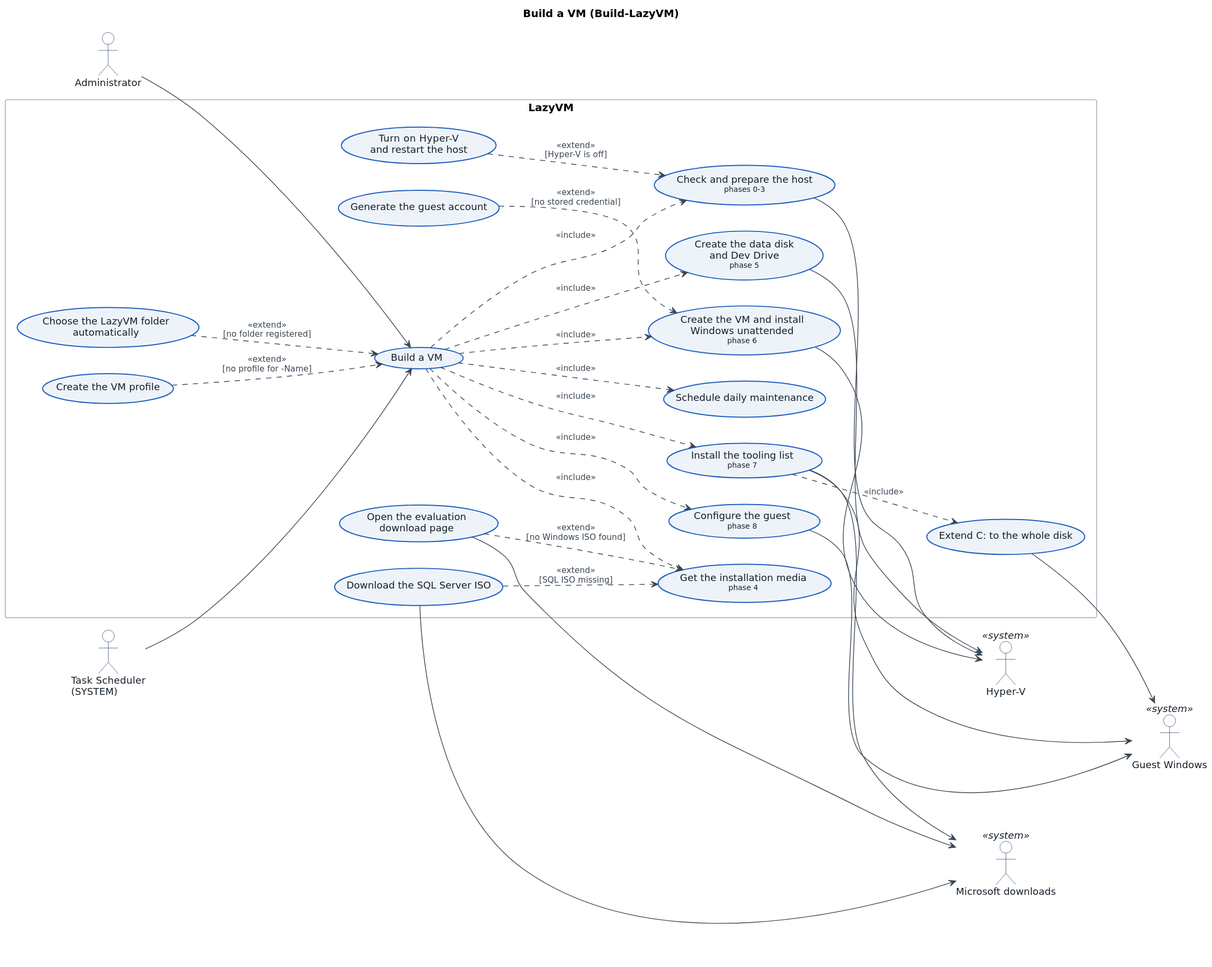
The PlantUML diagram docs/use-cases/02-build.svg in downerboy/LazyVM, before a commit. The source it was exported from:
```plantuml
@startuml
!include _style.iuml
title Build a VM (Build-LazyVM)

actor "Administrator" as Admin
actor "Task Scheduler\n(SYSTEM)" as Sched

rectangle "Massokissed.LazyVM" {
  usecase "Build a VM" as Build
  usecase "Choose the LazyVM folder\nautomatically" as AutoRoot
  usecase "Create the VM profile" as Profile
  usecase "Check and prepare the host\n<size:10>phases 0-3</size>" as Host
  usecase "Turn on Hyper-V\nand restart the host" as HVOn
  usecase "Get the installation media\n<size:10>phase 4</size>" as Media
  usecase "Open the evaluation\ndownload page" as EvalPage
  usecase "Download the SQL Server ISO" as SqlIso
  usecase "Create the data disk\nand Dev Drive\n<size:10>phase 5</size>" as Disks
  usecase "Create the VM and install\nWindows unattended\n<size:10>phase 6</size>" as CreateVM
  usecase "Generate the guest account" as GenCred
  usecase "Install the tooling list\n<size:10>phase 7</size>" as Tooling
  usecase "Extend C: to the whole disk" as ExpandC
  usecase "Configure the guest\n<size:10>phase 8</size>" as Configure
  usecase "Schedule daily maintenance" as Sched_UC
}

actor "Hyper-V" as HV <<system>>
actor "Guest Windows" as Guest <<system>>
actor "Microsoft downloads" as MS <<system>>

Admin --> Build
Sched --> Build

Build ..> Host : <<include>>
Build ..> Media : <<include>>
Build ..> Disks : <<include>>
Build ..> CreateVM : <<include>>
Build ..> Tooling : <<include>>
Build ..> Configure : <<include>>
Build ..> Sched_UC : <<include>>
Tooling ..> ExpandC : <<include>>

AutoRoot ..> Build : <<extend>>\n[no folder registered]
Profile ..> Build : <<extend>>\n[no profile for -Name]
HVOn ..> Host : <<extend>>\n[Hyper-V is off]
EvalPage ..> Media : <<extend>>\n[no Windows ISO found]
SqlIso ..> Media : <<extend>>\n[SQL ISO missing]
GenCred ..> CreateVM : <<extend>>\n[no stored credential]

Host --> HV
CreateVM --> HV
Disks --> HV
Tooling --> Guest
ExpandC --> Guest
Configure --> Guest
SqlIso --> MS
EvalPage --> MS
Tooling --> MS
@enduml
```
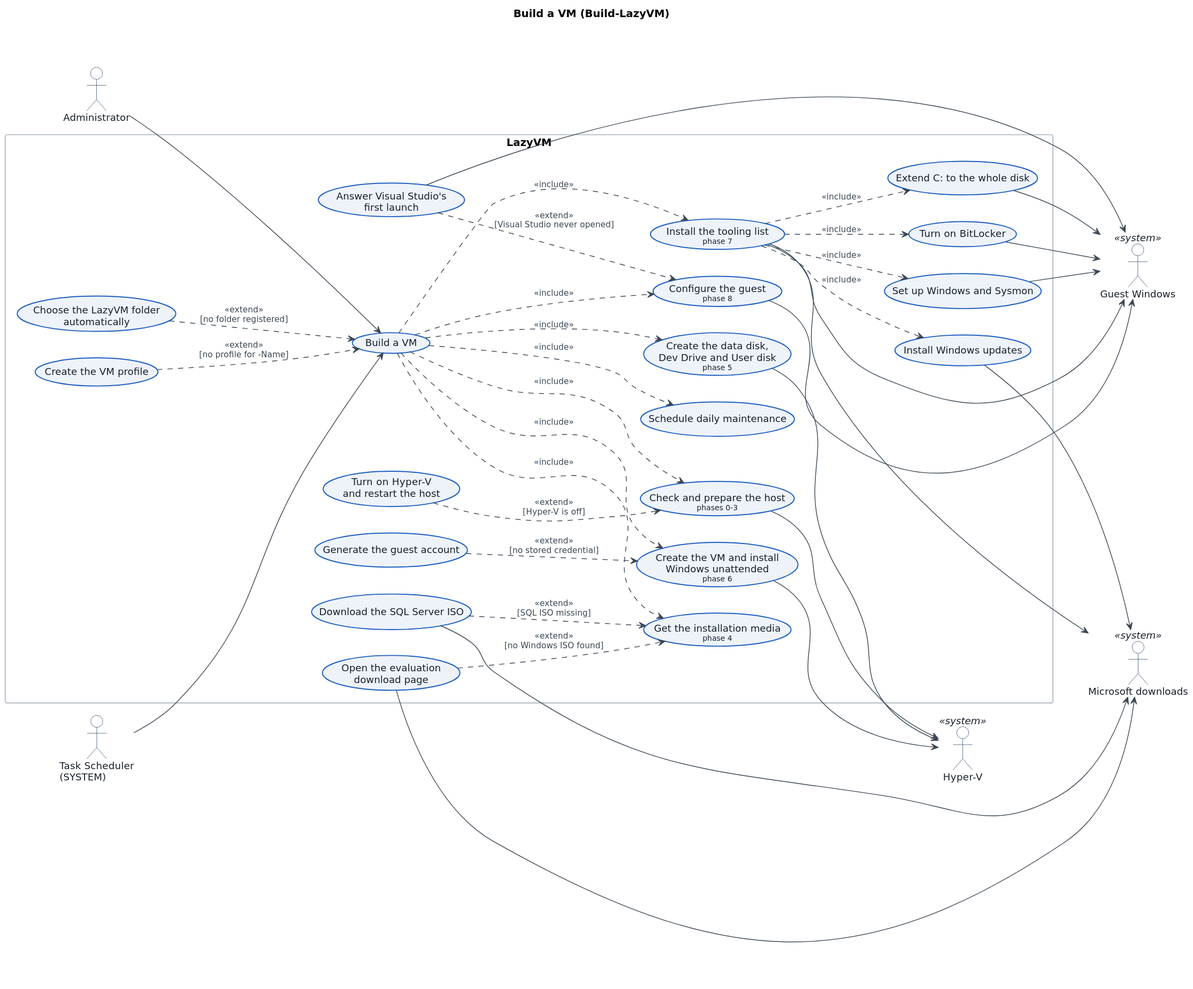
Above is the later version.

The edit, as a diff of the source:
```diff
@@ -5,7 +5,7 @@
 actor "Administrator" as Admin
 actor "Task Scheduler\n(SYSTEM)" as Sched
 
-rectangle "Massokissed.LazyVM" {
+rectangle "LazyVM" {
   usecase "Build a VM" as Build
   usecase "Choose the LazyVM folder\nautomatically" as AutoRoot
   usecase "Create the VM profile" as Profile
@@ -14,11 +14,15 @@
   usecase "Get the installation media\n<size:10>phase 4</size>" as Media
   usecase "Open the evaluation\ndownload page" as EvalPage
   usecase "Download the SQL Server ISO" as SqlIso
-  usecase "Create the data disk\nand Dev Drive\n<size:10>phase 5</size>" as Disks
+  usecase "Create the data disk,\nDev Drive and User disk\n<size:10>phase 5</size>" as Disks
   usecase "Create the VM and install\nWindows unattended\n<size:10>phase 6</size>" as CreateVM
   usecase "Generate the guest account" as GenCred
   usecase "Install the tooling list\n<size:10>phase 7</size>" as Tooling
   usecase "Extend C: to the whole disk" as ExpandC
+  usecase "Turn on BitLocker" as BitLocker
+  usecase "Set up Windows and Sysmon" as Customize
+  usecase "Install Windows updates" as Updates
+  usecase "Answer Visual Studio's\nfirst launch" as FirstLaunch
   usecase "Configure the guest\n<size:10>phase 8</size>" as Configure
   usecase "Schedule daily maintenance" as Sched_UC
 }
@@ -38,6 +42,10 @@
 Build ..> Configure : <<include>>
 Build ..> Sched_UC : <<include>>
 Tooling ..> ExpandC : <<include>>
+Tooling ..> BitLocker : <<include>>
+Tooling ..> Customize : <<include>>
+Tooling ..> Updates : <<include>>
+FirstLaunch ..> Configure : <<extend>>\n[Visual Studio never opened]
 
 AutoRoot ..> Build : <<extend>>\n[no folder registered]
 Profile ..> Build : <<extend>>\n[no profile for -Name]
@@ -51,6 +59,10 @@
 Disks --> HV
 Tooling --> Guest
 ExpandC --> Guest
+BitLocker --> Guest
+Customize --> Guest
+Updates --> MS
+FirstLaunch --> Guest
 Configure --> Guest
 SqlIso --> MS
 EvalPage --> MS
```
